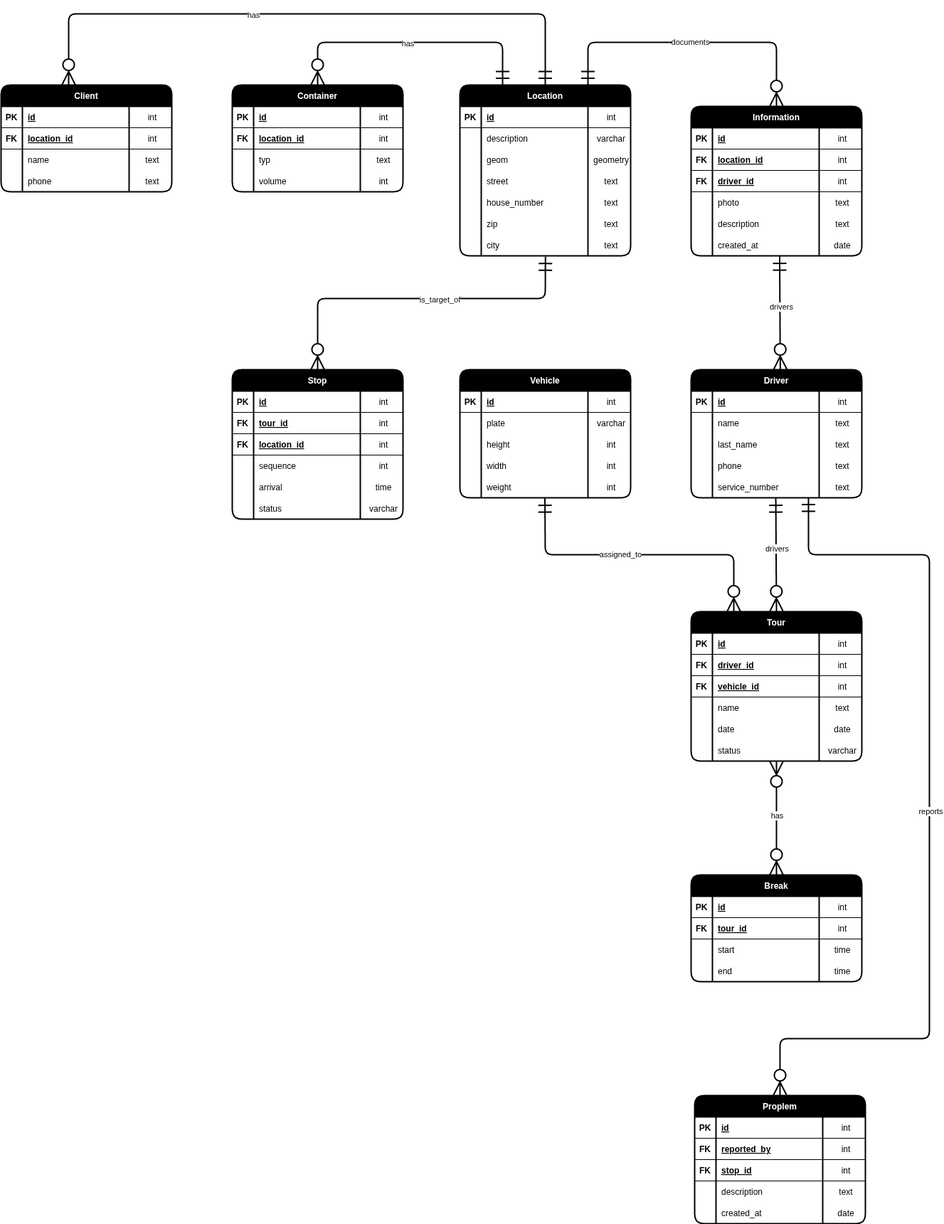
Above: docs/database/erd.drawio.png in gabrielbindi/VoBi-Tour (draw.io), before the change. Source tidied: cells renumbered, new cells last; positions are measured from the earlier drawing's top-left corner, leaving out a move shared by most shapes.
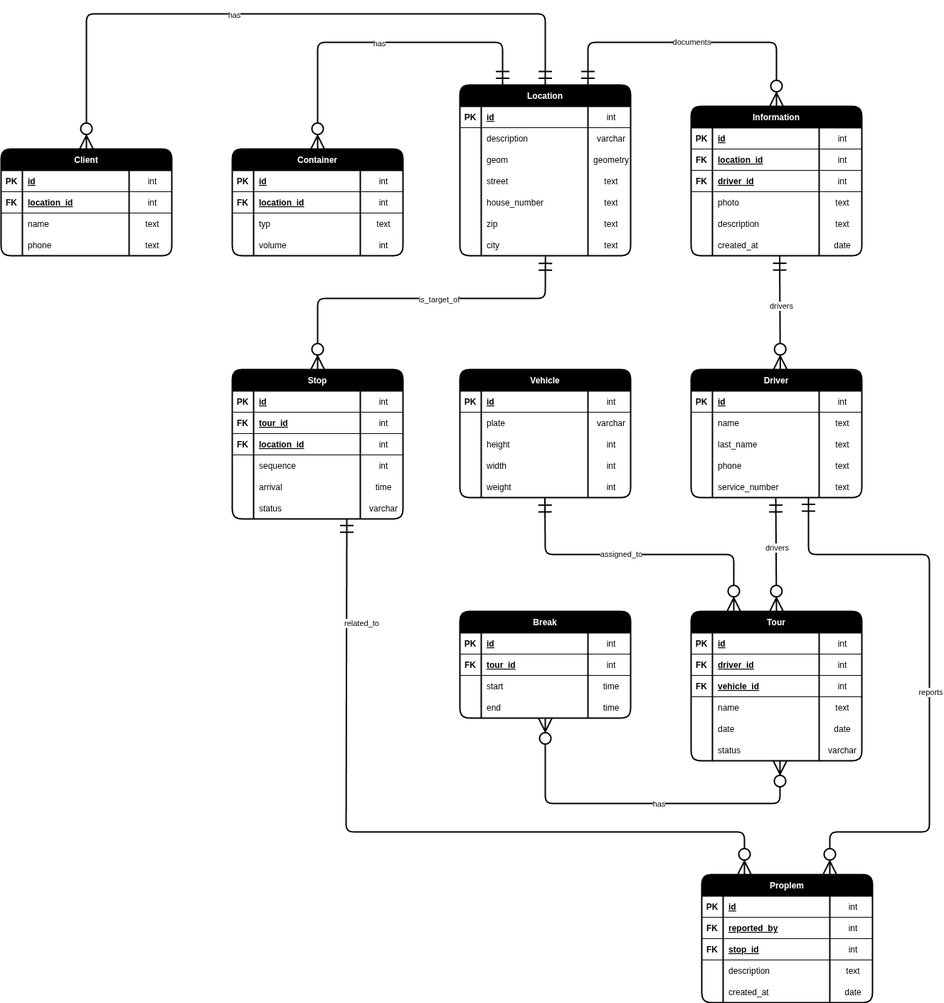
Later version of the same file.

What changed in the source:
```diff
@@ -147,7 +147,7 @@
       <mxGeometry x="-0.13" y="1" relative="1" as="geometry" />
     </mxCell>
     <mxCell id="50" value="Break" style="shape=table;startSize=30;rowLines=0;fontStyle=1;align=center;swimlaneFillColor=none;fillColor=#000000;fontColor=#FFFFFF;strokeWidth=2;rounded=1;" parent="1" vertex="1">
-      <mxGeometry x="970" y="1210" width="240" height="150" as="geometry" />
+      <mxGeometry x="645" y="840" width="240" height="150" as="geometry" />
     </mxCell>
     <mxCell id="51" style="shape=tableRow;horizontal=0;startSize=0;swimlaneHead=0;swimlaneBody=0;fillColor=none;top=0;left=0;right=0;bottom=1;" parent="50" vertex="1">
       <mxGeometry y="30" width="240" height="30" as="geometry" />
@@ -197,14 +197,23 @@
     <mxCell id="66" value="time" style="shape=partialRectangle;fillColor=none;top=0;left=0;bottom=0;right=0;align=center;spacingLeft=6;overflow=hidden;" parent="63" vertex="1">
       <mxGeometry x="180" width="60" height="30" as="geometry" />
     </mxCell>
-    <mxCell id="67" style="fontSize=12;html=1;endArrow=ERzeroToMany;endFill=1;startArrow=ERzeroToMany;endSize=16;startSize=16;strokeWidth=2;entryX=0.5;entryY=1;entryDx=0;entryDy=0;exitX=0.5;exitY=0;exitDx=0;exitDy=0;" parent="1" edge="1" source="50" target="23">
-      <mxGeometry relative="1" as="geometry" />
+    <mxCell id="67" style="fontSize=12;html=1;endArrow=ERzeroToMany;endFill=1;startArrow=ERzeroToMany;endSize=16;startSize=16;strokeWidth=2;" parent="1" edge="1">
+      <mxGeometry relative="1" as="geometry">
+        <mxPoint x="765" y="990" as="sourcePoint" />
+        <mxPoint x="1095" y="1050" as="targetPoint" />
+        <Array as="points">
+          <mxPoint x="765" y="1110" />
+          <mxPoint x="1095" y="1110" />
+        </Array>
+      </mxGeometry>
     </mxCell>
     <mxCell id="68" value="has" style="edgeLabel;html=1;align=center;verticalAlign=middle;" parent="67" vertex="1">
-      <mxGeometry x="0.05" relative="1" as="geometry" />
+      <mxGeometry x="0.05" relative="1" as="geometry">
+        <mxPoint x="12" as="offset" />
+      </mxGeometry>
     </mxCell>
     <mxCell id="69" value="Proplem" style="shape=table;startSize=30;rowLines=0;fontStyle=1;align=center;swimlaneFillColor=none;fillColor=#000000;fontColor=#FFFFFF;strokeWidth=2;rounded=1;" parent="1" vertex="1">
-      <mxGeometry x="975" y="1520" width="240" height="180" as="geometry" />
+      <mxGeometry x="985" y="1210" width="240" height="180" as="geometry" />
     </mxCell>
     <mxCell id="70" style="shape=tableRow;horizontal=0;startSize=0;swimlaneHead=0;swimlaneBody=0;fillColor=none;top=0;left=0;right=0;bottom=1;" parent="69" vertex="1">
       <mxGeometry y="30" width="240" height="30" as="geometry" />
@@ -266,14 +275,14 @@
     <mxCell id="89" value="date" style="shape=partialRectangle;fillColor=none;top=0;left=0;bottom=0;right=0;align=center;spacingLeft=6;overflow=hidden;" parent="86" vertex="1">
       <mxGeometry x="180" width="60" height="30" as="geometry" />
     </mxCell>
-    <mxCell id="90" style="fontSize=12;html=1;endArrow=ERzeroToMany;startArrow=ERmandOne;entryX=0.5;entryY=0;entryDx=0;entryDy=0;endSize=16;startSize=16;targetPerimeterSpacing=0;strokeWidth=2;" parent="1" edge="1" target="69">
+    <mxCell id="90" style="fontSize=12;html=1;endArrow=ERzeroToMany;startArrow=ERmandOne;entryX=0.75;entryY=0;entryDx=0;entryDy=0;endSize=16;startSize=16;targetPerimeterSpacing=0;strokeWidth=2;" parent="1" edge="1" target="69">
       <mxGeometry relative="1" as="geometry">
         <mxPoint x="1135" y="680" as="sourcePoint" />
         <Array as="points">
           <mxPoint x="1135" y="760" />
           <mxPoint x="1305" y="760" />
-          <mxPoint x="1305" y="1440" />
-          <mxPoint x="1095" y="1440" />
+          <mxPoint x="1305" y="1150" />
+          <mxPoint x="1165" y="1150" />
         </Array>
       </mxGeometry>
     </mxCell>
@@ -542,7 +551,7 @@
       </mxGeometry>
     </mxCell>
     <mxCell id="173" value="Container" style="shape=table;startSize=30;rowLines=0;fontStyle=1;align=center;swimlaneFillColor=none;fillColor=#000000;fontColor=#FFFFFF;strokeWidth=2;rounded=1;" parent="1" vertex="1">
-      <mxGeometry x="325" y="100" width="240" height="150" as="geometry" />
+      <mxGeometry x="325" y="190" width="240" height="150" as="geometry" />
     </mxCell>
     <mxCell id="174" style="shape=tableRow;horizontal=0;startSize=0;swimlaneHead=0;swimlaneBody=0;fillColor=none;top=0;left=0;right=0;bottom=1;" parent="173" vertex="1">
       <mxGeometry y="30" width="240" height="30" as="geometry" />
@@ -606,7 +615,7 @@
       </mxGeometry>
     </mxCell>
     <mxCell id="192" value="Client" style="shape=table;startSize=30;rowLines=0;fontStyle=1;align=center;swimlaneFillColor=none;fillColor=#000000;fontColor=#FFFFFF;strokeWidth=2;rounded=1;" parent="1" vertex="1">
-      <mxGeometry y="100" width="240" height="150" as="geometry" />
+      <mxGeometry y="190" width="240" height="150" as="geometry" />
     </mxCell>
     <mxCell id="193" style="shape=tableRow;horizontal=0;startSize=0;swimlaneHead=0;swimlaneBody=0;fillColor=none;top=0;left=0;right=0;bottom=1;" parent="192" vertex="1">
       <mxGeometry y="30" width="240" height="30" as="geometry" />
@@ -656,12 +665,11 @@
     <mxCell id="208" value="text" style="shape=partialRectangle;fillColor=none;top=0;left=0;bottom=0;right=0;align=center;spacingLeft=6;overflow=hidden;" parent="205" vertex="1">
       <mxGeometry x="180" width="60" height="30" as="geometry" />
     </mxCell>
-    <mxCell id="209" style="fontSize=12;html=1;endArrow=ERzeroToMany;startArrow=ERmandOne;entryX=0.5;entryY=0;entryDx=0;entryDy=0;endSize=16;startSize=16;targetPerimeterSpacing=0;strokeWidth=2;exitX=0.5;exitY=0;exitDx=0;exitDy=0;" parent="1" edge="1" source="142">
+    <mxCell id="209" style="fontSize=12;html=1;endArrow=ERzeroToMany;startArrow=ERmandOne;entryX=0.5;entryY=0;entryDx=0;entryDy=0;endSize=16;startSize=16;targetPerimeterSpacing=0;strokeWidth=2;exitX=0.5;exitY=0;exitDx=0;exitDy=0;" parent="1" edge="1" source="142" target="192">
       <mxGeometry relative="1" as="geometry">
-        <mxPoint x="95" y="100" as="targetPoint" />
         <Array as="points">
           <mxPoint x="765" />
-          <mxPoint x="95" />
+          <mxPoint x="120" />
         </Array>
       </mxGeometry>
     </mxCell>
@@ -756,5 +764,18 @@
     <mxCell id="237" value="is_target_of" style="edgeLabel;html=1;align=center;verticalAlign=middle;" parent="236" vertex="1">
       <mxGeometry x="-0.13" y="1" relative="1" as="geometry" />
     </mxCell>
+    <mxCell id="238" style="fontSize=12;html=1;endArrow=ERzeroToMany;startArrow=ERmandOne;entryX=0.25;entryY=0;entryDx=0;entryDy=0;endSize=16;startSize=16;targetPerimeterSpacing=0;strokeWidth=2;exitX=0.671;exitY=0.991;exitDx=0;exitDy=0;exitPerimeter=0;" parent="1" edge="1" source="232" target="69">
+      <mxGeometry relative="1" as="geometry">
+        <Array as="points">
+          <mxPoint x="485" y="1150" />
+          <mxPoint x="1045" y="1150" />
+        </Array>
+      </mxGeometry>
+    </mxCell>
+    <mxCell id="239" value="related_to" style="edgeLabel;html=1;align=center;verticalAlign=middle;" parent="238" vertex="1">
+      <mxGeometry x="-0.13" y="1" relative="1" as="geometry">
+        <mxPoint y="-293" as="offset" />
+      </mxGeometry>
+    </mxCell>
   </root>
 </mxGraphModel>
```
